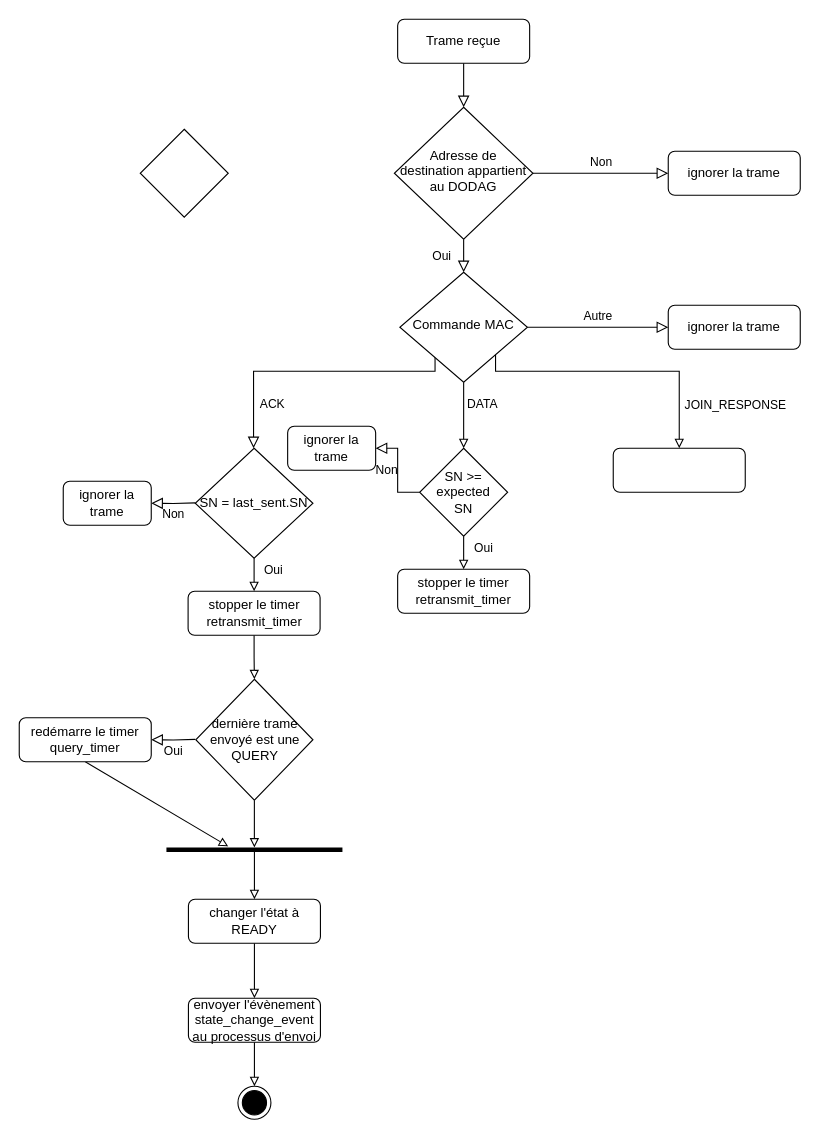
Above: memoire/res/loramac_rpl_root_activity.drawio in ArnaudPalgen/ma2_memoire (draw.io), before the change. Source tidied: cells renumbered, new cells numbered last; positions are measured from the earlier drawing's top-left corner, leaving out a move shared by most shapes. Both pictures are drawn from the tidied source at 110%, with x=0, y=0 at pixel (19, 19).
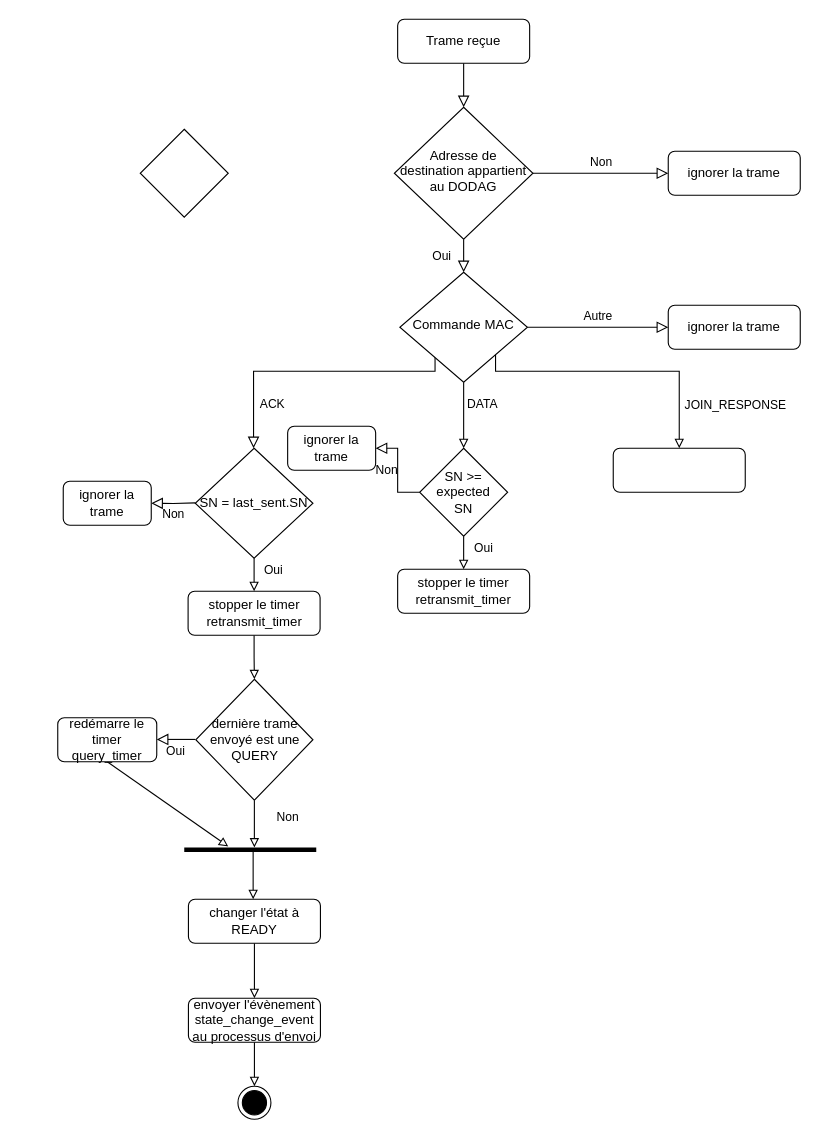
The same page after the edit.

The change refers to these unchanged cells:
```xml
<mxCell id="25" style="edgeStyle=none;rounded=0;jettySize=auto;html=1;exitX=0.5;exitY=1;exitDx=0;exitDy=0;endArrow=block;endFill=0;" parent="1" edge="1" source="26" target="33">
  <mxGeometry relative="1" as="geometry" />
</mxCell>
```

What changed in the source:
```diff
@@
+    <mxCell id="43" value="Non" style="edgeLabel;html=1;align=center;verticalAlign=middle;" parent="25" vertex="1">
+      <mxGeometry x="-0.34" relative="1" as="geometry">
+        <mxPoint x="30" as="offset" />
+      </mxGeometry>
+    </mxCell>
@@
     <mxCell id="29" value="redémarre le timer query_timer" style="rounded=1;whiteSpace=wrap;html=1;fontSize=12;glass=0;strokeWidth=1;shadow=0;" parent="1" vertex="1">
-      <mxGeometry y="635" width="120" height="40" as="geometry" />
+      <mxGeometry x="35" y="635" width="90" height="40" as="geometry" />
     </mxCell>
@@
     <mxCell id="33" style="line;strokeWidth=4;html=1;perimeter=backbonePerimeter;points=[];outlineConnect=0;" parent="1" vertex="1">
-      <mxGeometry x="133.8" y="750" width="160" height="10" as="geometry" />
+      <mxGeometry x="150" y="750" width="120" height="10" as="geometry" />
     </mxCell>
```
